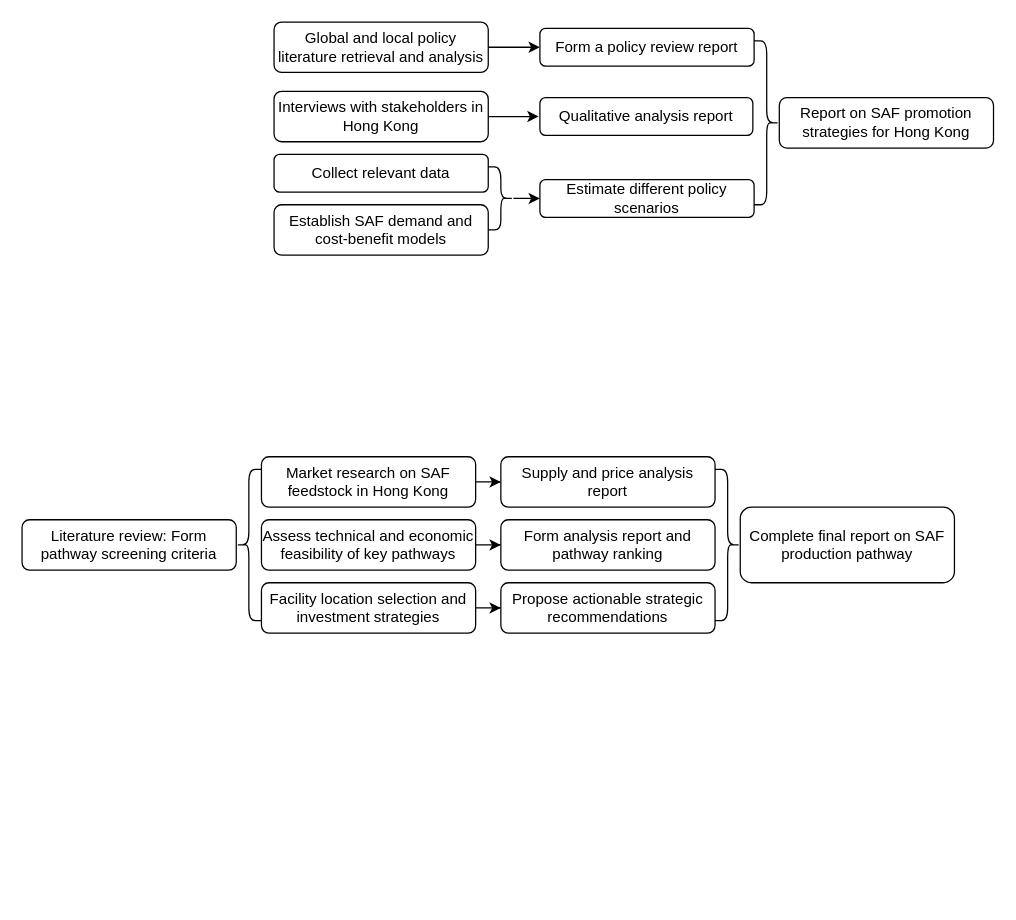
The draw.io diagram PPR research steps.drawio in HengfeiMa95/paper-reading, before the edit. Source tidied: cells renumbered, new cells numbered last; positions are measured from the earlier drawing's top-left corner, leaving out a move shared by most shapes. Both pictures are drawn from the tidied source at 126%, with x=0, y=0 at pixel (21, 21).
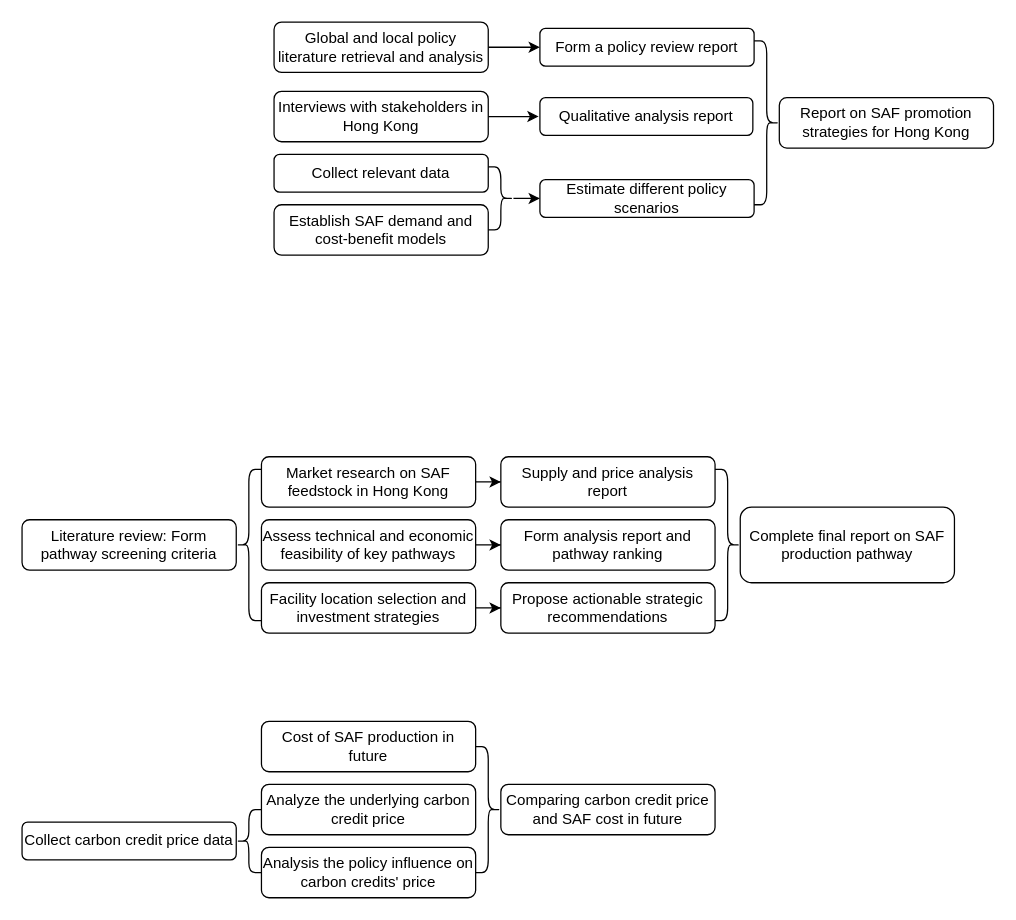
The same page after the edit.

The edit, as a diff of the source:
```diff
@@
+    <mxCell id="28" value="Analyze the underlying carbon credit price" style="rounded=1;whiteSpace=wrap;html=1;" parent="1" vertex="1">
+      <mxGeometry x="190" y="605" width="170" height="40" as="geometry" />
+    </mxCell>
+    <mxCell id="29" value="Collect carbon credit price data" style="rounded=1;whiteSpace=wrap;html=1;" parent="1" vertex="1">
+      <mxGeometry y="635" width="170" height="30" as="geometry" />
+    </mxCell>
+    <mxCell id="30" value="Analysis the policy influence on carbon credits' price" style="rounded=1;whiteSpace=wrap;html=1;" parent="1" vertex="1">
+      <mxGeometry x="190" y="655" width="170" height="40" as="geometry" />
+    </mxCell>
+    <mxCell id="31" value="C&lt;span style=&quot;background-color: initial;&quot;&gt;ost of SAF production in future&lt;/span&gt;" style="rounded=1;whiteSpace=wrap;html=1;" parent="1" vertex="1">
+      <mxGeometry x="190" y="555" width="170" height="40" as="geometry" />
+    </mxCell>
+    <mxCell id="32" value="Comparing carbon credit price and SAF cost in future" style="rounded=1;whiteSpace=wrap;html=1;" parent="1" vertex="1">
+      <mxGeometry x="380" y="605" width="170" height="40" as="geometry" />
+    </mxCell>
+    <mxCell id="33" style="shape=curlyBracket;whiteSpace=wrap;html=1;rounded=1;labelPosition=left;verticalLabelPosition=middle;align=right;verticalAlign=middle;" parent="1" vertex="1">
+      <mxGeometry x="170" y="625" width="20" height="50" as="geometry" />
+    </mxCell>
+    <mxCell id="34" style="shape=curlyBracket;whiteSpace=wrap;html=1;rounded=1;flipH=1;labelPosition=right;verticalLabelPosition=middle;align=left;verticalAlign=middle;" parent="1" vertex="1">
+      <mxGeometry x="360" y="575" width="20" height="100" as="geometry" />
+    </mxCell>
```
